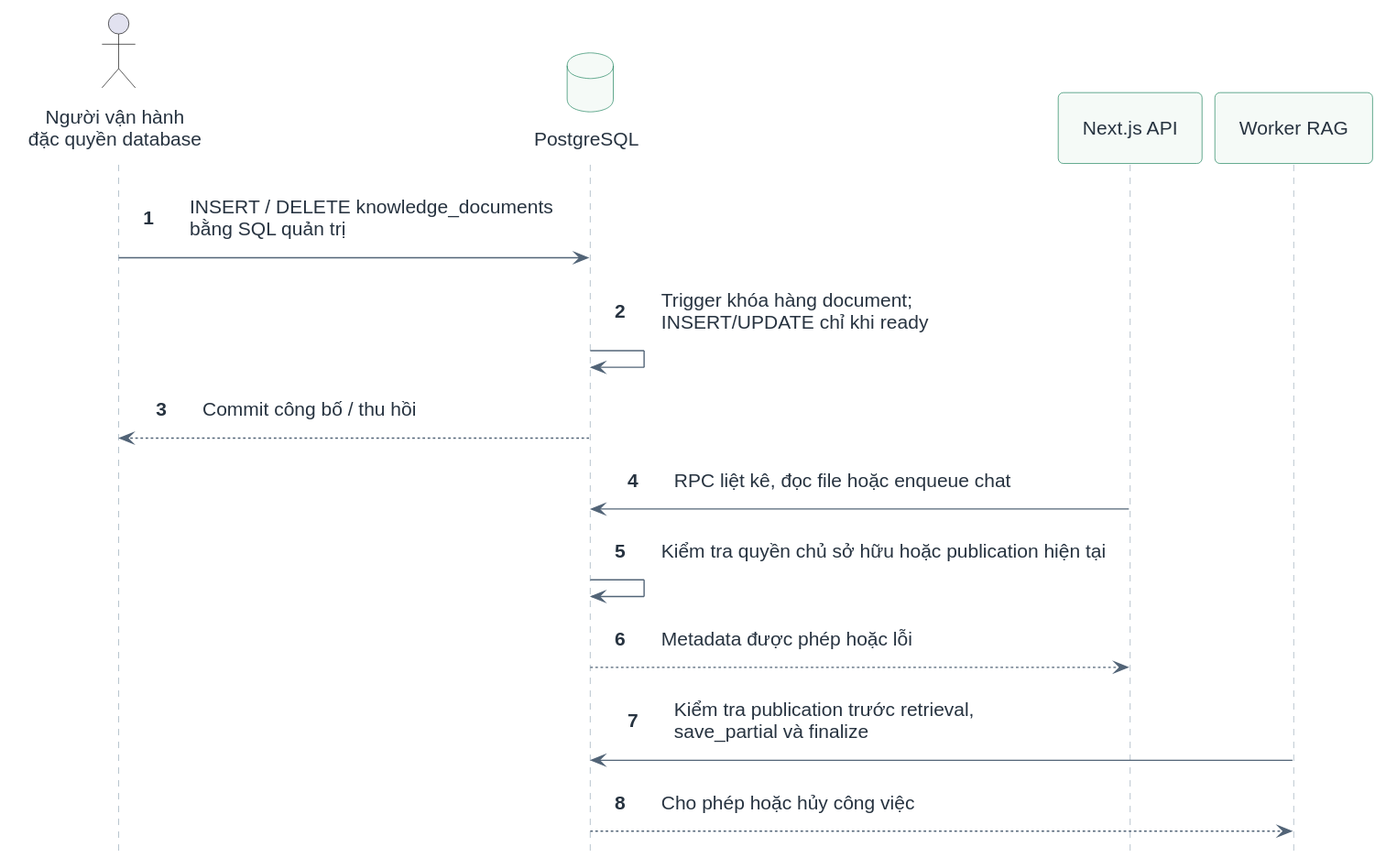
The PlantUML diagram docs/diagrams/12-publish-sequence.svg in letoan9319/ChatBot, before a commit. The source it was exported from:
```plantuml
@startuml
!include style.iuml
autonumber
actor "Người vận hành\nđặc quyền database" as O
database "PostgreSQL" as D
participant "Next.js API" as A
participant "Worker RAG" as W
O -> D : INSERT / DELETE knowledge_documents\nbằng SQL quản trị
D -> D : Trigger khóa hàng document;\nINSERT/UPDATE chỉ khi ready
D --> O : Commit công bố / thu hồi
A -> D : RPC liệt kê, đọc file hoặc enqueue chat
D -> D : Kiểm tra quyền chủ sở hữu hoặc publication hiện tại
D --> A : Metadata được phép hoặc lỗi
W -> D : Kiểm tra publication trước retrieval,\nsave_partial và finalize
D --> W : Cho phép hoặc hủy công việc
@enduml
```
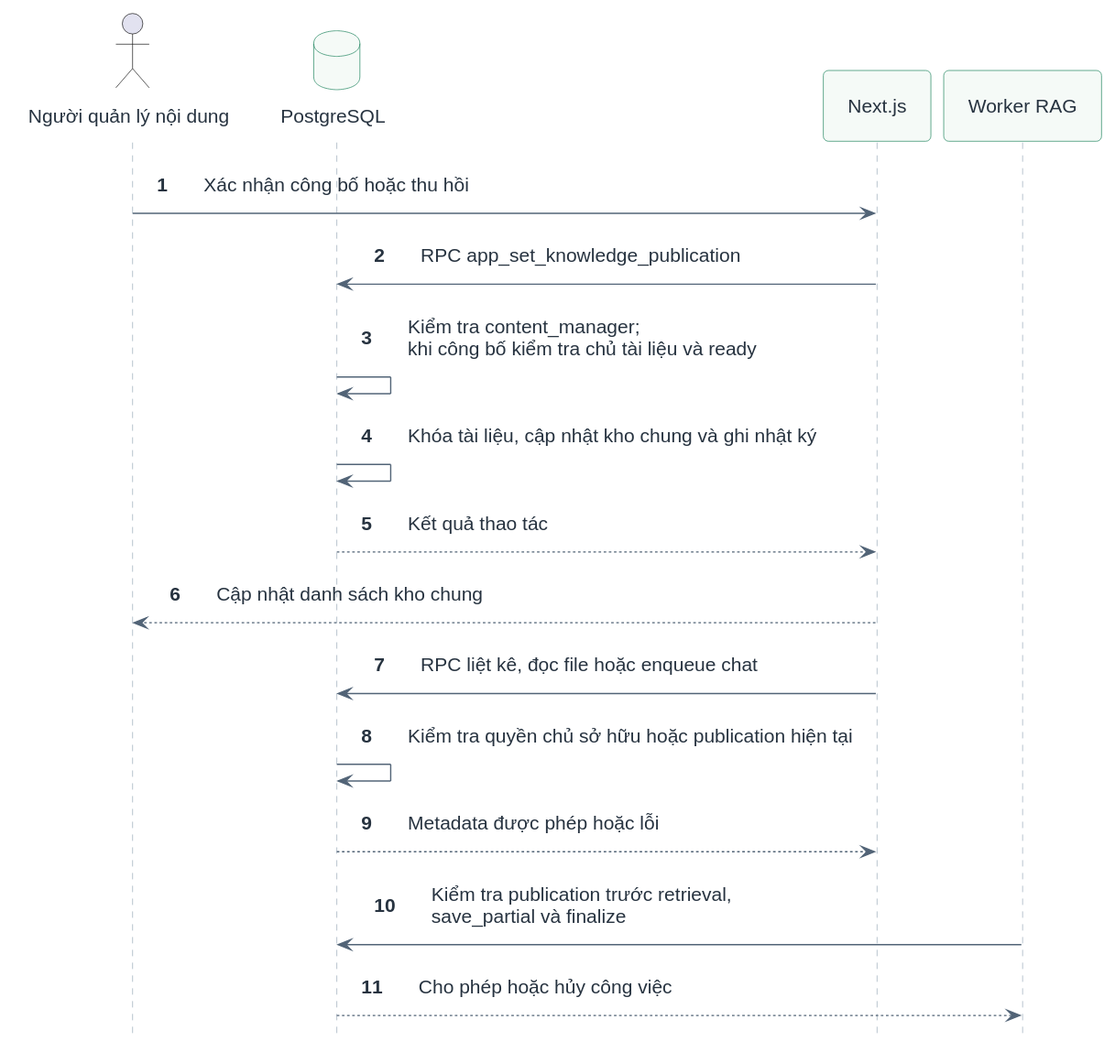
Later version of the same file.

Diff of the diagram source:
```diff
@@ -1,13 +1,16 @@
 @startuml
 !include style.iuml
 autonumber
-actor "Người vận hành\nđặc quyền database" as O
+actor "Người quản lý nội dung" as O
 database "PostgreSQL" as D
-participant "Next.js API" as A
+participant "Next.js" as A
 participant "Worker RAG" as W
-O -> D : INSERT / DELETE knowledge_documents\nbằng SQL quản trị
-D -> D : Trigger khóa hàng document;\nINSERT/UPDATE chỉ khi ready
-D --> O : Commit công bố / thu hồi
+O -> A : Xác nhận công bố hoặc thu hồi
+A -> D : RPC app_set_knowledge_publication
+D -> D : Kiểm tra content_manager;\nkhi công bố kiểm tra chủ tài liệu và ready
+D -> D : Khóa tài liệu, cập nhật kho chung và ghi nhật ký
+D --> A : Kết quả thao tác
+A --> O : Cập nhật danh sách kho chung
 A -> D : RPC liệt kê, đọc file hoặc enqueue chat
 D -> D : Kiểm tra quyền chủ sở hữu hoặc publication hiện tại
 D --> A : Metadata được phép hoặc lỗi
```
